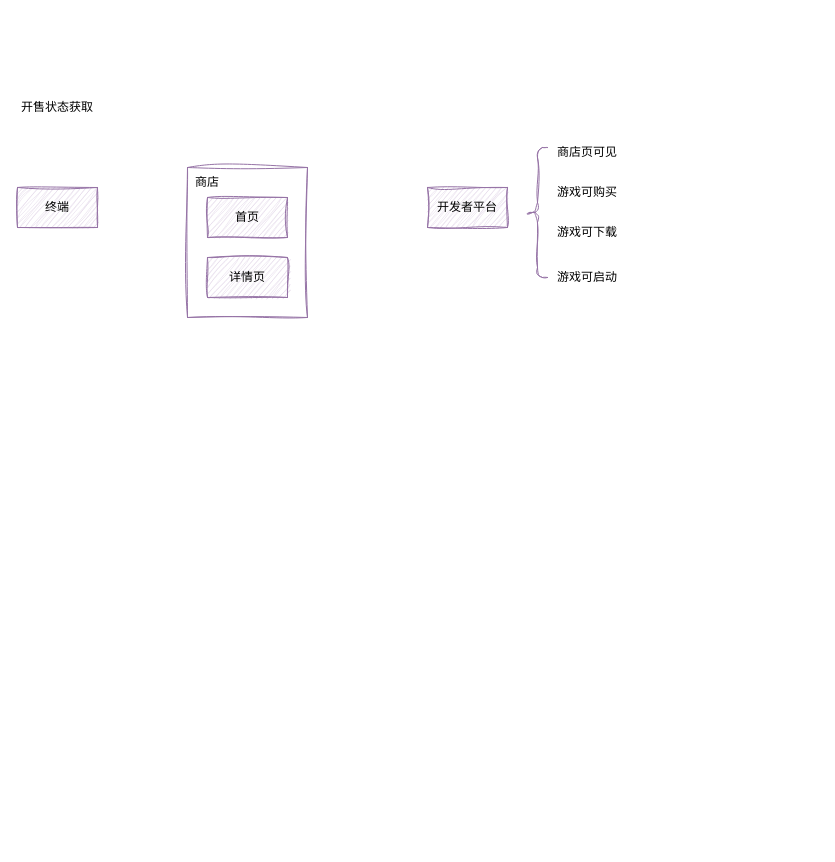
This is biz/商店需求1.drawio from melonshell/draw.io, a draw.io file, before an edit. Source tidied: cells renumbered, new cells numbered last; positions are measured from the earlier drawing's top-left corner, leaving out a move shared by most shapes. Both pictures are drawn from the tidied source at 100%, with x=0, y=0 at pixel (17, 87).
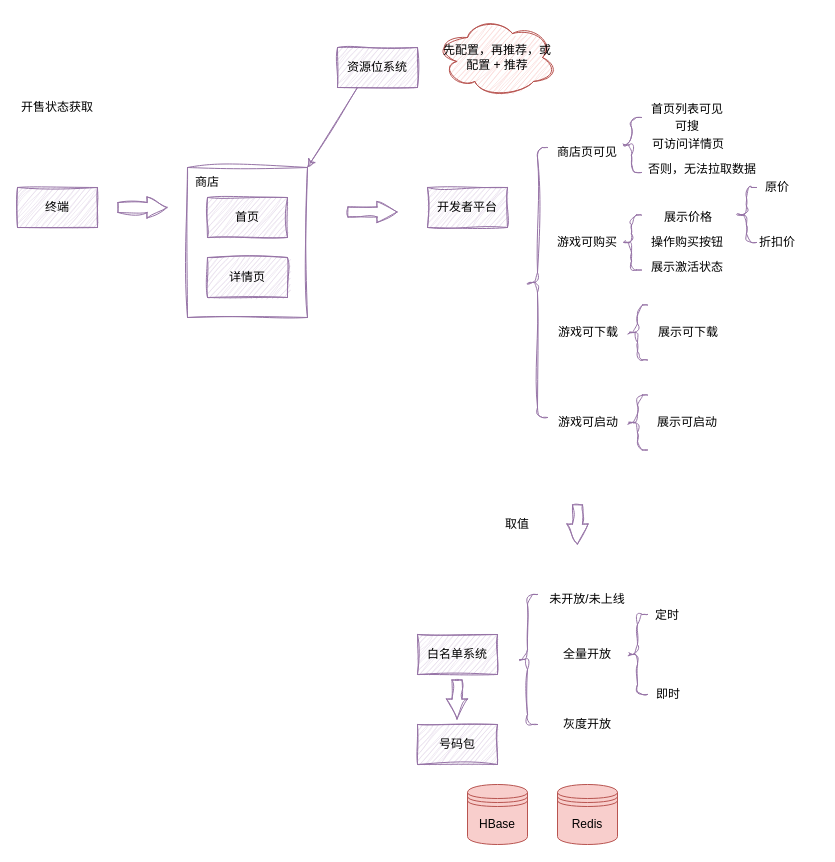
After the change.

Commit message:
更新商店需求1.drawio

The change refers to these unchanged cells:
```xml
<mxCell id="2" style="rounded=0;whiteSpace=wrap;html=1;fillColor=none;sketch=1;curveFitting=1;jiggle=2;strokeColor=#9673a6;" parent="1" vertex="1">
  <mxGeometry x="170" y="80" width="120" height="150" as="geometry" />
</mxCell>
```

Diff of the diagram source:
```diff
@@
     <mxCell id="9" style="shape=curlyBracket;whiteSpace=wrap;html=1;rounded=1;labelPosition=left;verticalLabelPosition=middle;align=right;verticalAlign=middle;fillColor=none;strokeColor=#9673a6;sketch=1;curveFitting=1;jiggle=2;" parent="1" vertex="1">
-      <mxGeometry x="510" y="60" width="20" height="130" as="geometry" />
+      <mxGeometry x="510" y="60" width="20" height="270" as="geometry" />
     </mxCell>
@@
     <mxCell id="11" value="游戏可购买" style="rounded=0;whiteSpace=wrap;html=1;fillColor=none;sketch=1;curveFitting=1;jiggle=2;strokeColor=none;" parent="1" vertex="1">
-      <mxGeometry x="530" y="90" width="80" height="30" as="geometry" />
+      <mxGeometry x="530" y="140" width="80" height="30" as="geometry" />
     </mxCell>
     <mxCell id="12" value="游戏可下载" style="rounded=0;whiteSpace=wrap;html=1;fillColor=none;sketch=1;curveFitting=1;jiggle=2;strokeColor=none;" parent="1" vertex="1">
-      <mxGeometry x="530" y="130" width="80" height="30" as="geometry" />
+      <mxGeometry x="531" y="230" width="80" height="30" as="geometry" />
     </mxCell>
     <mxCell id="13" value="游戏可启动" style="rounded=0;whiteSpace=wrap;html=1;fillColor=none;sketch=1;curveFitting=1;jiggle=2;strokeColor=none;" parent="1" vertex="1">
-      <mxGeometry x="530" y="175" width="80" height="30" as="geometry" />
+      <mxGeometry x="531" y="320" width="80" height="30" as="geometry" />
     </mxCell>
+    <mxCell id="14" style="shape=flexArrow;endArrow=classic;html=1;rounded=0;endWidth=10;endSize=6.33;fillColor=none;strokeColor=#9673a6;sketch=1;curveFitting=1;jiggle=2;" parent="1" edge="1">
+      <mxGeometry relative="1" as="geometry">
+        <mxPoint x="560" y="417" as="sourcePoint" />
+        <mxPoint x="560" y="457" as="targetPoint" />
+      </mxGeometry>
+    </mxCell>
+    <mxCell id="15" style="shape=curlyBracket;whiteSpace=wrap;html=1;rounded=1;labelPosition=left;verticalLabelPosition=middle;align=right;verticalAlign=middle;fillColor=none;strokeColor=#9673a6;sketch=1;curveFitting=1;jiggle=2;" parent="1" vertex="1">
+      <mxGeometry x="500" y="507" width="20" height="130" as="geometry" />
+    </mxCell>
+    <mxCell id="16" value="未开放/未上线" style="rounded=0;whiteSpace=wrap;html=1;fillColor=none;sketch=1;curveFitting=1;jiggle=2;strokeColor=none;" parent="1" vertex="1">
+      <mxGeometry x="530" y="497" width="80" height="30" as="geometry" />
+    </mxCell>
+    <mxCell id="17" value="全量开放" style="rounded=0;whiteSpace=wrap;html=1;fillColor=none;sketch=1;curveFitting=1;jiggle=2;strokeColor=none;" parent="1" vertex="1">
+      <mxGeometry x="530" y="552" width="80" height="30" as="geometry" />
+    </mxCell>
+    <mxCell id="18" value="灰度开放" style="rounded=0;whiteSpace=wrap;html=1;fillColor=none;sketch=1;curveFitting=1;jiggle=2;strokeColor=none;" parent="1" vertex="1">
+      <mxGeometry x="530" y="622" width="80" height="30" as="geometry" />
+    </mxCell>
+    <mxCell id="19" style="shape=curlyBracket;whiteSpace=wrap;html=1;rounded=1;labelPosition=left;verticalLabelPosition=middle;align=right;verticalAlign=middle;fillColor=none;strokeColor=#9673a6;sketch=1;curveFitting=1;jiggle=2;" parent="1" vertex="1">
+      <mxGeometry x="610" y="527" width="20" height="80" as="geometry" />
+    </mxCell>
+    <mxCell id="20" value="定时" style="rounded=0;whiteSpace=wrap;html=1;fillColor=none;sketch=1;curveFitting=1;jiggle=2;strokeColor=none;" parent="1" vertex="1">
+      <mxGeometry x="610" y="513" width="80" height="30" as="geometry" />
+    </mxCell>
+    <mxCell id="21" value="即时" style="rounded=0;whiteSpace=wrap;html=1;fillColor=none;sketch=1;curveFitting=1;jiggle=2;strokeColor=none;" parent="1" vertex="1">
+      <mxGeometry x="611" y="592" width="80" height="30" as="geometry" />
+    </mxCell>
+    <mxCell id="22" style="shape=flexArrow;endArrow=classic;html=1;rounded=0;endWidth=10;endSize=6.33;fillColor=none;strokeColor=#9673a6;sketch=1;curveFitting=1;jiggle=2;" parent="1" edge="1">
+      <mxGeometry relative="1" as="geometry">
+        <mxPoint x="100" y="120" as="sourcePoint" />
+        <mxPoint x="150" y="120" as="targetPoint" />
+      </mxGeometry>
+    </mxCell>
+    <mxCell id="23" style="shape=flexArrow;endArrow=classic;html=1;rounded=0;endWidth=10;endSize=6.33;fillColor=none;strokeColor=#9673a6;sketch=1;curveFitting=1;jiggle=2;" parent="1" edge="1">
+      <mxGeometry relative="1" as="geometry">
+        <mxPoint x="330" y="124.5" as="sourcePoint" />
+        <mxPoint x="380" y="124.5" as="targetPoint" />
+      </mxGeometry>
+    </mxCell>
+    <mxCell id="24" value="取值" style="rounded=0;whiteSpace=wrap;html=1;fillColor=none;sketch=1;curveFitting=1;jiggle=2;strokeColor=none;" parent="1" vertex="1">
+      <mxGeometry x="460" y="417" width="80" height="40" as="geometry" />
+    </mxCell>
+    <mxCell id="25" value="白名单系统" style="rounded=0;whiteSpace=wrap;html=1;fillColor=#e1d5e7;sketch=1;curveFitting=1;jiggle=2;strokeColor=#9673a6;" parent="1" vertex="1">
+      <mxGeometry x="400" y="547" width="80" height="40" as="geometry" />
+    </mxCell>
+    <mxCell id="26" value="号码包" style="rounded=0;whiteSpace=wrap;html=1;fillColor=#e1d5e7;sketch=1;curveFitting=1;jiggle=2;strokeColor=#9673a6;" parent="1" vertex="1">
+      <mxGeometry x="400" y="637" width="80" height="40" as="geometry" />
+    </mxCell>
+    <mxCell id="27" style="shape=flexArrow;endArrow=classic;html=1;rounded=0;endWidth=10;endSize=6.33;fillColor=none;strokeColor=#9673a6;sketch=1;curveFitting=1;jiggle=2;" parent="1" edge="1">
+      <mxGeometry relative="1" as="geometry">
+        <mxPoint x="439.5" y="592" as="sourcePoint" />
+        <mxPoint x="439.5" y="632" as="targetPoint" />
+      </mxGeometry>
+    </mxCell>
+    <mxCell id="28" value="资源位系统" style="rounded=0;whiteSpace=wrap;html=1;fillColor=#e1d5e7;sketch=1;curveFitting=1;jiggle=2;strokeColor=#9673a6;" parent="1" vertex="1">
+      <mxGeometry x="320" y="-40" width="80" height="40" as="geometry" />
+    </mxCell>
+    <mxCell id="29" style="endArrow=classic;html=1;rounded=0;exitX=0.25;exitY=1;exitDx=0;exitDy=0;entryX=1;entryY=0;entryDx=0;entryDy=0;sketch=1;curveFitting=1;jiggle=2;fillColor=#e1d5e7;strokeColor=#9673a6;" parent="1" edge="1" source="28" target="2">
+      <mxGeometry relative="1" as="geometry" />
+    </mxCell>
+    <mxCell id="30" value="先配置，再推荐，或配置 + 推荐" style="ellipse;shape=cloud;whiteSpace=wrap;html=1;fillColor=#f8cecc;strokeColor=#b85450;sketch=1;curveFitting=1;jiggle=2;" parent="1" vertex="1">
+      <mxGeometry x="420" y="-70" width="120" height="80" as="geometry" />
+    </mxCell>
+    <mxCell id="31" value="HBase" style="shape=datastore;whiteSpace=wrap;html=1;fillColor=#f8cecc;strokeColor=#b85450;" parent="1" vertex="1">
+      <mxGeometry x="450" y="697" width="60" height="60" as="geometry" />
+    </mxCell>
+    <mxCell id="32" value="Redis" style="shape=datastore;whiteSpace=wrap;html=1;fillColor=#f8cecc;strokeColor=#b85450;" parent="1" vertex="1">
+      <mxGeometry x="540" y="697" width="60" height="60" as="geometry" />
+    </mxCell>
+    <mxCell id="33" style="shape=curlyBracket;whiteSpace=wrap;html=1;rounded=1;labelPosition=left;verticalLabelPosition=middle;align=right;verticalAlign=middle;fillColor=none;strokeColor=#9673a6;sketch=1;curveFitting=1;jiggle=2;size=0.5;" parent="1" vertex="1">
+      <mxGeometry x="604" y="30" width="20" height="55" as="geometry" />
+    </mxCell>
+    <mxCell id="34" value="首页列表可见" style="rounded=0;whiteSpace=wrap;html=1;fillColor=none;sketch=1;curveFitting=1;jiggle=2;strokeColor=none;" parent="1" vertex="1">
+      <mxGeometry x="630" y="2" width="80" height="40" as="geometry" />
+    </mxCell>
+    <mxCell id="35" value="可搜" style="rounded=0;whiteSpace=wrap;html=1;fillColor=none;sketch=1;curveFitting=1;jiggle=2;strokeColor=none;" parent="1" vertex="1">
+      <mxGeometry x="630" y="19" width="80" height="40" as="geometry" />
+    </mxCell>
+    <mxCell id="36" value="可访问详情页" style="rounded=0;whiteSpace=wrap;html=1;fillColor=none;sketch=1;curveFitting=1;jiggle=2;strokeColor=none;" parent="1" vertex="1">
+      <mxGeometry x="631" y="37" width="80" height="40" as="geometry" />
+    </mxCell>
+    <mxCell id="37" value="否则，无法拉取数据" style="rounded=0;whiteSpace=wrap;html=1;fillColor=none;sketch=1;curveFitting=1;jiggle=2;strokeColor=none;" parent="1" vertex="1">
+      <mxGeometry x="630" y="62" width="110" height="40" as="geometry" />
+    </mxCell>
+    <mxCell id="38" style="shape=curlyBracket;whiteSpace=wrap;html=1;rounded=1;labelPosition=left;verticalLabelPosition=middle;align=right;verticalAlign=middle;fillColor=none;strokeColor=#9673a6;sketch=1;curveFitting=1;jiggle=2;size=0.5;" parent="1" vertex="1">
+      <mxGeometry x="604" y="127.5" width="20" height="55" as="geometry" />
+    </mxCell>
+    <mxCell id="39" value="展示价格" style="rounded=0;whiteSpace=wrap;html=1;fillColor=none;sketch=1;curveFitting=1;jiggle=2;strokeColor=none;" parent="1" vertex="1">
+      <mxGeometry x="631" y="110" width="80" height="40" as="geometry" />
+    </mxCell>
+    <mxCell id="40" value="操作购买按钮" style="rounded=0;whiteSpace=wrap;html=1;fillColor=none;sketch=1;curveFitting=1;jiggle=2;strokeColor=none;" parent="1" vertex="1">
+      <mxGeometry x="630" y="135" width="80" height="40" as="geometry" />
+    </mxCell>
+    <mxCell id="41" value="展示激活状态" style="rounded=0;whiteSpace=wrap;html=1;fillColor=none;sketch=1;curveFitting=1;jiggle=2;strokeColor=none;" parent="1" vertex="1">
+      <mxGeometry x="630" y="160" width="80" height="40" as="geometry" />
+    </mxCell>
+    <mxCell id="42" style="shape=curlyBracket;whiteSpace=wrap;html=1;rounded=1;labelPosition=left;verticalLabelPosition=middle;align=right;verticalAlign=middle;fillColor=none;strokeColor=#9673a6;sketch=1;curveFitting=1;jiggle=2;size=0.5;" parent="1" vertex="1">
+      <mxGeometry x="610" y="217.5" width="20" height="55" as="geometry" />
+    </mxCell>
+    <mxCell id="43" value="展示可下载" style="rounded=0;whiteSpace=wrap;html=1;fillColor=none;sketch=1;curveFitting=1;jiggle=2;strokeColor=none;" parent="1" vertex="1">
+      <mxGeometry x="631" y="225" width="80" height="40" as="geometry" />
+    </mxCell>
+    <mxCell id="44" style="shape=curlyBracket;whiteSpace=wrap;html=1;rounded=1;labelPosition=left;verticalLabelPosition=middle;align=right;verticalAlign=middle;fillColor=none;strokeColor=#9673a6;sketch=1;curveFitting=1;jiggle=2;size=0.5;" parent="1" vertex="1">
+      <mxGeometry x="610" y="307.5" width="20" height="55" as="geometry" />
+    </mxCell>
+    <mxCell id="45" value="展示可启动" style="rounded=0;whiteSpace=wrap;html=1;fillColor=none;sketch=1;curveFitting=1;jiggle=2;strokeColor=none;" parent="1" vertex="1">
+      <mxGeometry x="630" y="315" width="80" height="40" as="geometry" />
+    </mxCell>
+    <mxCell id="46" style="shape=curlyBracket;whiteSpace=wrap;html=1;rounded=1;labelPosition=left;verticalLabelPosition=middle;align=right;verticalAlign=middle;fillColor=none;strokeColor=#9673a6;sketch=1;curveFitting=1;jiggle=2;size=0.5;" parent="1" vertex="1">
+      <mxGeometry x="719" y="100" width="20" height="55" as="geometry" />
+    </mxCell>
+    <mxCell id="47" value="原价" style="rounded=0;whiteSpace=wrap;html=1;fillColor=none;sketch=1;curveFitting=1;jiggle=2;strokeColor=none;" parent="1" vertex="1">
+      <mxGeometry x="720" y="80" width="80" height="40" as="geometry" />
+    </mxCell>
+    <mxCell id="48" value="折扣价" style="rounded=0;whiteSpace=wrap;html=1;fillColor=none;sketch=1;curveFitting=1;jiggle=2;strokeColor=none;" parent="1" vertex="1">
+      <mxGeometry x="720" y="135" width="80" height="40" as="geometry" />
+    </mxCell>
```
